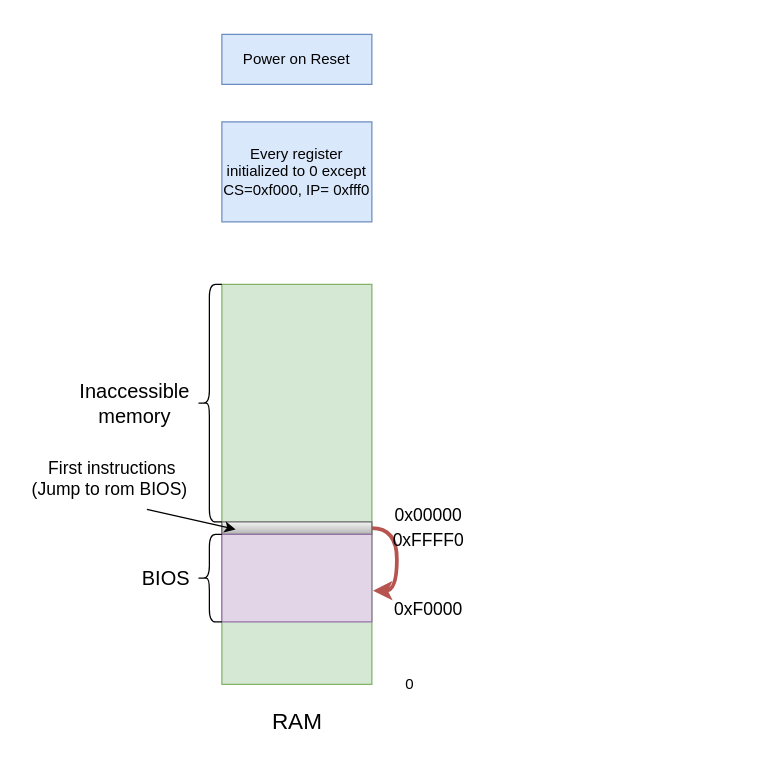
The draw.io diagram booting-1.drawio in estraining/diagram-store, before the edit. Source tidied: cells renumbered, new cells numbered last; positions are measured from the earlier drawing's top-left corner, leaving out a move shared by most shapes. Both pictures are drawn from the tidied source at 125%, with x=0, y=0 at pixel (21, 34).
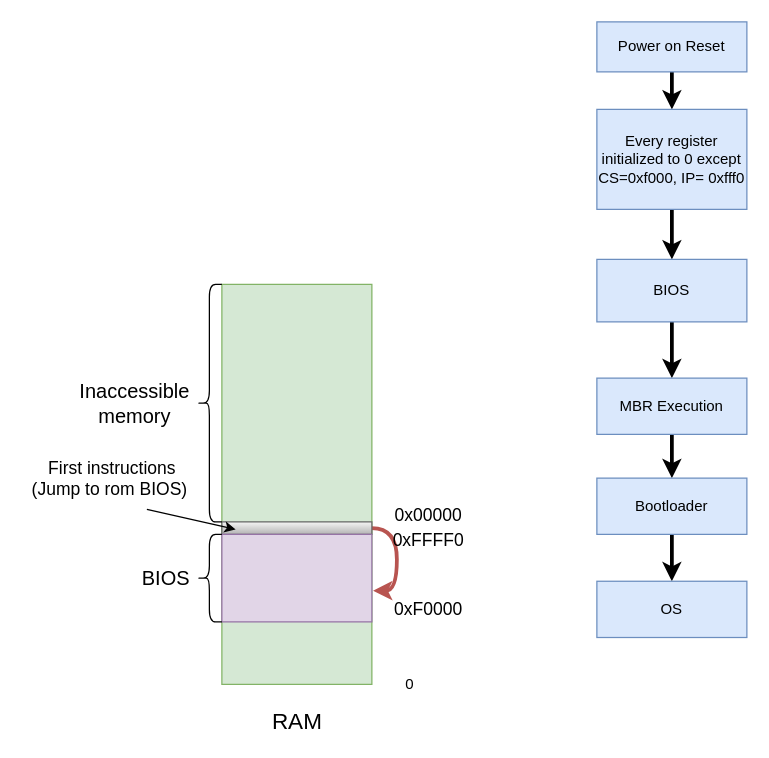
After the change.

Diff of the diagram source:
```diff
@@
+    <mxCell id="19" style="edgeStyle=orthogonalEdgeStyle;curved=1;rounded=0;jettySize=auto;html=1;entryX=0.5;entryY=0;entryDx=0;entryDy=0;strokeWidth=3;" parent="1" edge="1" source="2" target="3">
+      <mxGeometry relative="1" as="geometry" />
+    </mxCell>
     <mxCell id="2" value="Power on Reset" style="rounded=0;whiteSpace=wrap;html=1;fillColor=#dae8fc;strokeColor=#6c8ebf;" parent="1" vertex="1">
-      <mxGeometry x="160" width="120" height="40" as="geometry" />
+      <mxGeometry x="460" y="-10" width="120" height="40" as="geometry" />
     </mxCell>
+    <mxCell id="20" style="edgeStyle=orthogonalEdgeStyle;curved=1;rounded=0;jettySize=auto;html=1;entryX=0.5;entryY=0;entryDx=0;entryDy=0;strokeWidth=3;" parent="1" edge="1" source="3" target="22">
+      <mxGeometry relative="1" as="geometry" />
+    </mxCell>
     <mxCell id="3" value="Every register initialized to 0 except&lt;br&gt;CS=0xf000, IP= 0xfff0&lt;br&gt;" style="rounded=0;whiteSpace=wrap;html=1;fillColor=#dae8fc;strokeColor=#6c8ebf;" parent="1" vertex="1">
-      <mxGeometry x="160" y="70" width="120" height="80" as="geometry" />
+      <mxGeometry x="460" y="60" width="120" height="80" as="geometry" />
     </mxCell>
@@
+    <mxCell id="21" style="edgeStyle=orthogonalEdgeStyle;curved=1;rounded=0;jettySize=auto;html=1;entryX=0.5;entryY=0;entryDx=0;entryDy=0;strokeWidth=3;" parent="1" edge="1" source="22" target="24">
+      <mxGeometry relative="1" as="geometry" />
+    </mxCell>
+    <mxCell id="22" value="BIOS" style="rounded=0;whiteSpace=wrap;html=1;fillColor=#dae8fc;strokeColor=#6c8ebf;" parent="1" vertex="1">
+      <mxGeometry x="460" y="180" width="120" height="50" as="geometry" />
+    </mxCell>
+    <mxCell id="23" style="edgeStyle=orthogonalEdgeStyle;curved=1;rounded=0;jettySize=auto;html=1;entryX=0.5;entryY=0;entryDx=0;entryDy=0;strokeWidth=3;" parent="1" edge="1" source="24" target="26">
+      <mxGeometry relative="1" as="geometry" />
+    </mxCell>
+    <mxCell id="24" value="MBR Execution" style="rounded=0;whiteSpace=wrap;html=1;fillColor=#dae8fc;strokeColor=#6c8ebf;" parent="1" vertex="1">
+      <mxGeometry x="460" y="275" width="120" height="45" as="geometry" />
+    </mxCell>
+    <mxCell id="25" style="edgeStyle=orthogonalEdgeStyle;curved=1;rounded=0;jettySize=auto;html=1;entryX=0.5;entryY=0;entryDx=0;entryDy=0;strokeWidth=3;" parent="1" edge="1" source="26" target="27">
+      <mxGeometry relative="1" as="geometry" />
+    </mxCell>
+    <mxCell id="26" value="Bootloader" style="rounded=0;whiteSpace=wrap;html=1;fillColor=#dae8fc;strokeColor=#6c8ebf;" parent="1" vertex="1">
+      <mxGeometry x="460" y="355" width="120" height="45" as="geometry" />
+    </mxCell>
+    <mxCell id="27" value="OS" style="rounded=0;whiteSpace=wrap;html=1;fillColor=#dae8fc;strokeColor=#6c8ebf;" parent="1" vertex="1">
+      <mxGeometry x="460" y="437.5" width="120" height="45" as="geometry" />
+    </mxCell>
```
